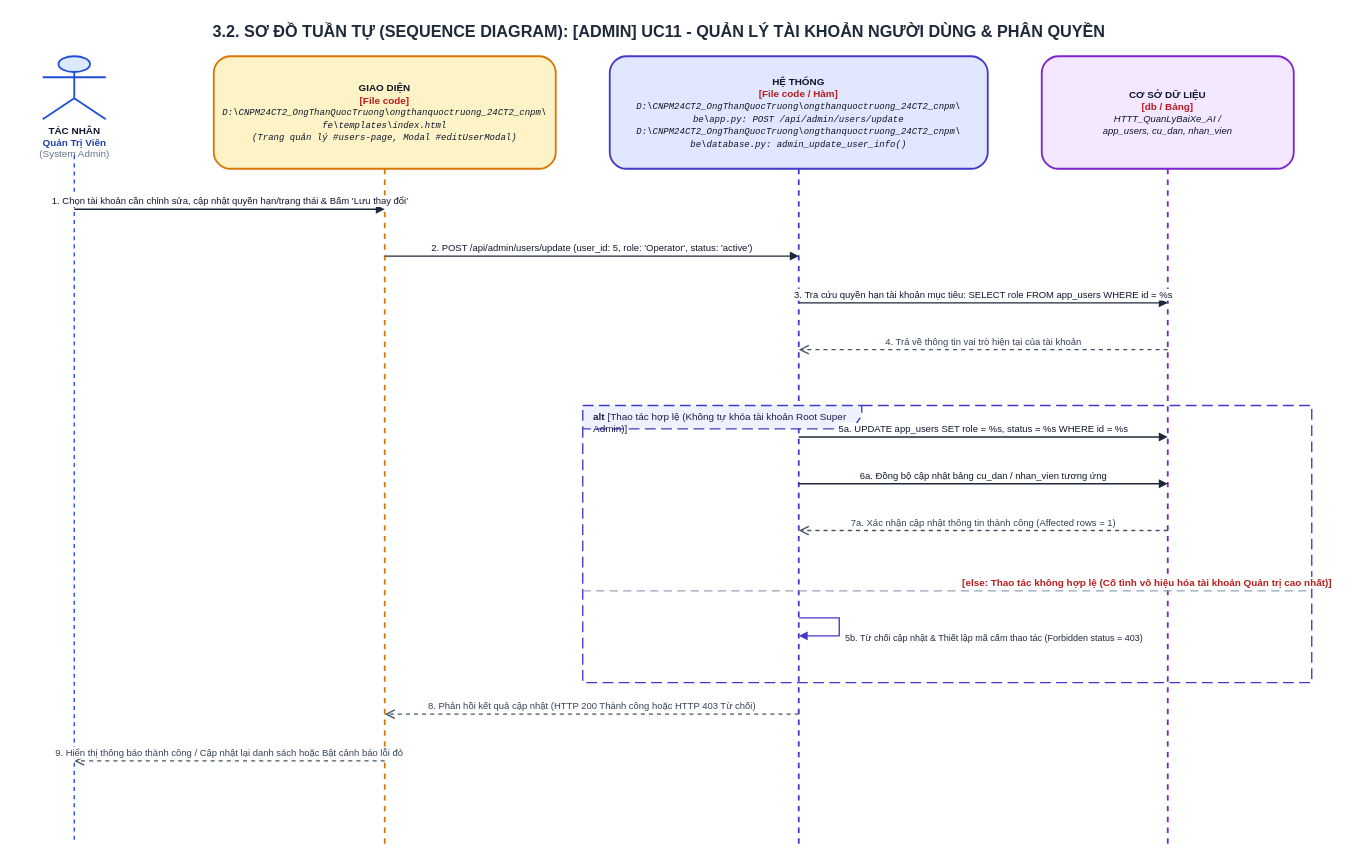
This is ongthanquoctruong_24CT2_cnpm/docs/drawio/uc11_admin_user_mgmt.drawio from Truong027/CNPM24, a draw.io file, before an edit. Source tidied: cells renumbered, new cells numbered last; positions are measured from the earlier drawing's top-left corner, leaving out a move shared by most shapes. Both pictures are drawn from the tidied source at 90%, with x=0, y=0 at pixel (15, 15).
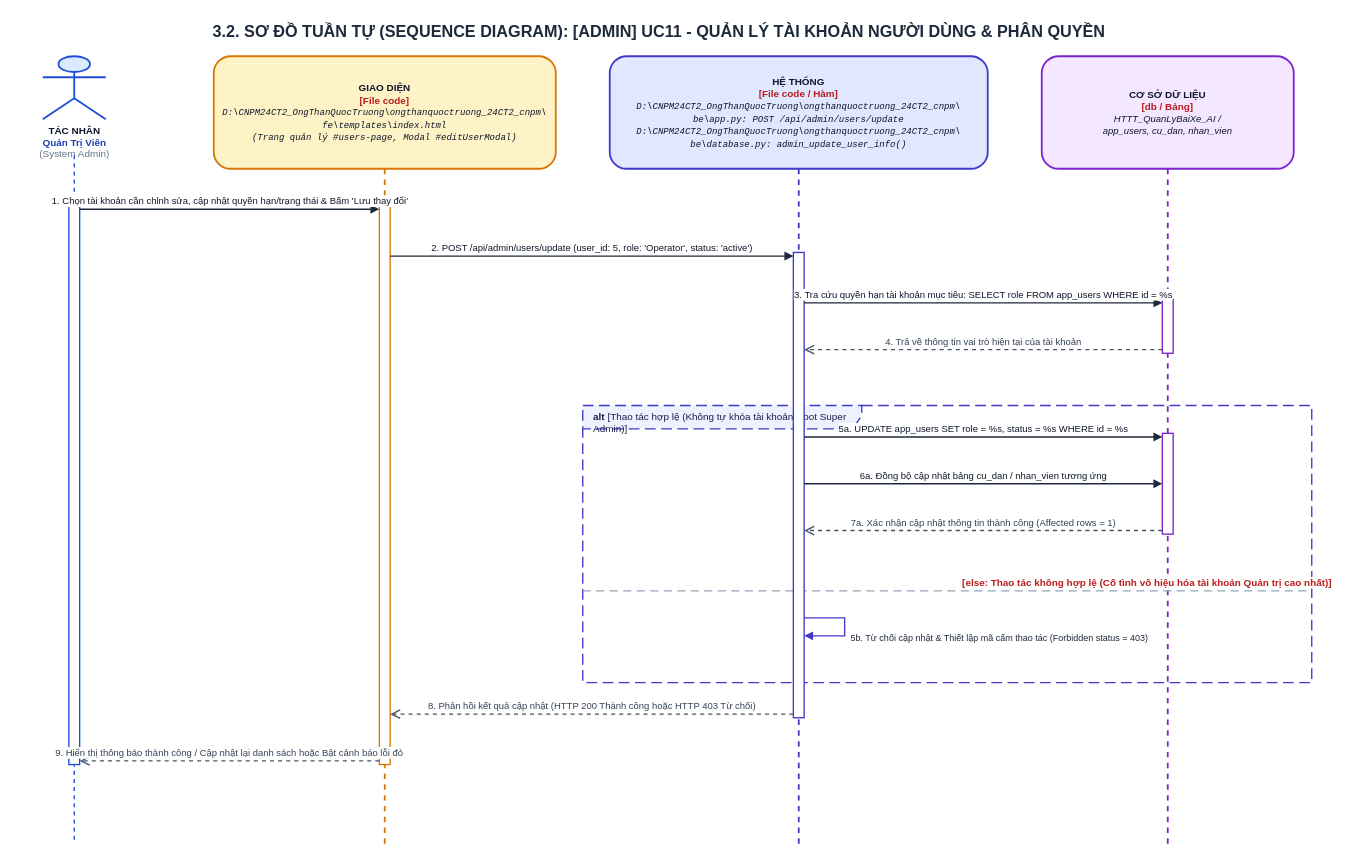
After the change.

Change to the diagram source:
```diff
@@
+    <mxCell id="12" value="&lt;b&gt;alt&lt;/b&gt; [Thao tác hợp lệ (Không tự khóa tài khoản Root Super Admin)]" style="shape=umlFrame;whiteSpace=wrap;html=1;width=310;height=26;dashed=1;dashPattern=8 4;strokeColor=#4338CA;fillColor=#EEF2FF;strokeWidth=1.5;align=left;spacingLeft=10;verticalAlign=top;fontStyle=0;fontSize=11;fontColor=#1E1B4B;" parent="1" vertex="1">
+      <mxGeometry x="630" y="433" width="810" height="308" as="geometry" />
+    </mxCell>
+    <mxCell id="16" value="&lt;b&gt;[else: Thao tác không hợp lệ (Cố tình vô hiệu hóa tài khoản Quản trị cao nhất)]&lt;/b&gt;" style="html=1;strokeWidth=1.5;strokeColor=#94A3B8;dashed=1;dashPattern=6 4;endArrow=none;align=left;verticalAlign=bottom;spacingLeft=15;fontColor=#B91C1C;fontSize=11;fontStyle=0;" parent="1" edge="1">
+      <mxGeometry relative="1" as="geometry">
+        <mxPoint x="630" y="639" as="sourcePoint" />
+        <mxPoint x="1440" y="639" as="targetPoint" />
+      </mxGeometry>
+    </mxCell>
+    <mxCell id="20" style="html=1;perimeter=orthogonalPerimeter;targetShapes=umlLifeline;topToBottom=1;fillColor=#FFFFFF;strokeColor=#1D4ED8;strokeWidth=1.5;rounded=0;" parent="1" vertex="1">
+      <mxGeometry x="59" y="211" width="12" height="621" as="geometry" />
+    </mxCell>
+    <mxCell id="21" style="html=1;perimeter=orthogonalPerimeter;targetShapes=umlLifeline;topToBottom=1;fillColor=#FFFFFF;strokeColor=#D97706;strokeWidth=1.5;rounded=0;" parent="1" vertex="1">
+      <mxGeometry x="404" y="211" width="12" height="621" as="geometry" />
+    </mxCell>
+    <mxCell id="22" style="html=1;perimeter=orthogonalPerimeter;targetShapes=umlLifeline;topToBottom=1;fillColor=#FFFFFF;strokeColor=#4338CA;strokeWidth=1.5;rounded=0;" parent="1" vertex="1">
+      <mxGeometry x="864" y="263" width="12" height="517" as="geometry" />
+    </mxCell>
+    <mxCell id="23" style="html=1;perimeter=orthogonalPerimeter;targetShapes=umlLifeline;topToBottom=1;fillColor=#FFFFFF;strokeColor=#7E22CE;strokeWidth=1.5;rounded=0;" parent="1" vertex="1">
+      <mxGeometry x="1274" y="315" width="12" height="60" as="geometry" />
+    </mxCell>
+    <mxCell id="24" style="html=1;perimeter=orthogonalPerimeter;targetShapes=umlLifeline;topToBottom=1;fillColor=#FFFFFF;strokeColor=#7E22CE;strokeWidth=1.5;rounded=0;" parent="1" vertex="1">
+      <mxGeometry x="1274" y="464" width="12" height="112" as="geometry" />
+    </mxCell>
     <mxCell id="8" value="1. Chọn tài khoản cần chỉnh sửa, cập nhật quyền hạn/trạng thái &amp; Bấm 'Lưu thay đổi'" style="html=1;verticalAlign=bottom;endArrow=block;rounded=0;strokeColor=#1E293B;strokeWidth=1.5;fontColor=#0F172A;fontSize=10.5;" parent="1" edge="1">
       <mxGeometry relative="1" as="geometry">
-        <mxPoint x="65" y="215" as="sourcePoint" />
-        <mxPoint x="410" y="215" as="targetPoint" />
+        <mxPoint x="71" y="215" as="sourcePoint" />
+        <mxPoint x="404" y="215" as="targetPoint" />
       </mxGeometry>
     </mxCell>
     <mxCell id="9" value="2. POST /api/admin/users/update (user_id: 5, role: 'Operator', status: 'active')" style="html=1;verticalAlign=bottom;endArrow=block;rounded=0;strokeColor=#1E293B;strokeWidth=1.5;fontColor=#0F172A;fontSize=10.5;" parent="1" edge="1">
       <mxGeometry relative="1" as="geometry">
-        <mxPoint x="410" y="267" as="sourcePoint" />
-        <mxPoint x="870" y="267" as="targetPoint" />
+        <mxPoint x="416" y="267" as="sourcePoint" />
+        <mxPoint x="864" y="267" as="targetPoint" />
       </mxGeometry>
     </mxCell>
     <mxCell id="10" value="3. Tra cứu quyền hạn tài khoản mục tiêu: SELECT role FROM app_users WHERE id = %s" style="html=1;verticalAlign=bottom;endArrow=block;rounded=0;strokeColor=#1E293B;strokeWidth=1.5;fontColor=#0F172A;fontSize=10.5;" parent="1" edge="1">
       <mxGeometry relative="1" as="geometry">
-        <mxPoint x="870" y="319" as="sourcePoint" />
-        <mxPoint x="1280" y="319" as="targetPoint" />
+        <mxPoint x="876" y="319" as="sourcePoint" />
+        <mxPoint x="1274" y="319" as="targetPoint" />
       </mxGeometry>
     </mxCell>
     <mxCell id="11" value="4. Trả về thông tin vai trò hiện tại của tài khoản" style="html=1;verticalAlign=bottom;endArrow=open;dashed=1;endSize=8;rounded=0;strokeColor=#475569;strokeWidth=1.5;fontColor=#334155;fontSize=10.5;" parent="1" edge="1">
       <mxGeometry relative="1" as="geometry">
-        <mxPoint x="1280" y="371" as="sourcePoint" />
-        <mxPoint x="870" y="371" as="targetPoint" />
+        <mxPoint x="1274" y="371" as="sourcePoint" />
+        <mxPoint x="876" y="371" as="targetPoint" />
       </mxGeometry>
     </mxCell>
-    <mxCell id="12" value="&lt;b&gt;alt&lt;/b&gt; [Thao tác hợp lệ (Không tự khóa tài khoản Root Super Admin)]" style="shape=umlFrame;whiteSpace=wrap;html=1;width=310;height=26;dashed=1;dashPattern=8 4;strokeColor=#4338CA;fillColor=#EEF2FF;strokeWidth=1.5;align=left;spacingLeft=10;verticalAlign=top;fontStyle=0;fontSize=11;fontColor=#1E1B4B;" parent="1" vertex="1">
-      <mxGeometry x="630" y="433" width="810" height="308" as="geometry" />
-    </mxCell>
     <mxCell id="13" value="5a. UPDATE app_users SET role = %s, status = %s WHERE id = %s" style="html=1;verticalAlign=bottom;endArrow=block;rounded=0;strokeColor=#1E293B;strokeWidth=1.5;fontColor=#0F172A;fontSize=10.5;" parent="1" edge="1">
       <mxGeometry relative="1" as="geometry">
-        <mxPoint x="870" y="468" as="sourcePoint" />
-        <mxPoint x="1280" y="468" as="targetPoint" />
+        <mxPoint x="876" y="468" as="sourcePoint" />
+        <mxPoint x="1274" y="468" as="targetPoint" />
       </mxGeometry>
     </mxCell>
     <mxCell id="14" value="6a. Đồng bộ cập nhật bảng cu_dan / nhan_vien tương ứng" style="html=1;verticalAlign=bottom;endArrow=block;rounded=0;strokeColor=#1E293B;strokeWidth=1.5;fontColor=#0F172A;fontSize=10.5;" parent="1" edge="1">
       <mxGeometry relative="1" as="geometry">
-        <mxPoint x="870" y="520" as="sourcePoint" />
-        <mxPoint x="1280" y="520" as="targetPoint" />
+        <mxPoint x="876" y="520" as="sourcePoint" />
+        <mxPoint x="1274" y="520" as="targetPoint" />
       </mxGeometry>
     </mxCell>
     <mxCell id="15" value="7a. Xác nhận cập nhật thông tin thành công (Affected rows = 1)" style="html=1;verticalAlign=bottom;endArrow=open;dashed=1;endSize=8;rounded=0;strokeColor=#475569;strokeWidth=1.5;fontColor=#334155;fontSize=10.5;" parent="1" edge="1">
       <mxGeometry relative="1" as="geometry">
-        <mxPoint x="1280" y="572" as="sourcePoint" />
-        <mxPoint x="870" y="572" as="targetPoint" />
+        <mxPoint x="1274" y="572" as="sourcePoint" />
+        <mxPoint x="876" y="572" as="targetPoint" />
       </mxGeometry>
     </mxCell>
-    <mxCell id="16" value="&lt;b&gt;[else: Thao tác không hợp lệ (Cố tình vô hiệu hóa tài khoản Quản trị cao nhất)]&lt;/b&gt;" style="html=1;strokeWidth=1.5;strokeColor=#94A3B8;dashed=1;dashPattern=6 4;endArrow=none;align=left;verticalAlign=bottom;spacingLeft=15;fontColor=#B91C1C;fontSize=11;fontStyle=0;" parent="1" edge="1">
-      <mxGeometry relative="1" as="geometry">
-        <mxPoint x="630" y="639" as="sourcePoint" />
-        <mxPoint x="1440" y="639" as="targetPoint" />
-      </mxGeometry>
-    </mxCell>
     <mxCell id="17" value="5b. Từ chối cập nhật &amp; Thiết lập mã cấm thao tác (Forbidden status = 403)" style="html=1;align=left;spacingLeft=5;verticalAlign=top;endArrow=block;rounded=0;edgeStyle=orthogonalEdgeStyle;curved=0;strokeColor=#4338CA;strokeWidth=1.5;fontColor=#1E293B;fontSize=10;" parent="1" edge="1">
       <mxGeometry relative="1" as="geometry">
-        <mxPoint x="870" y="669" as="sourcePoint" />
-        <mxPoint x="870" y="689" as="targetPoint" />
+        <mxPoint x="876" y="669" as="sourcePoint" />
+        <mxPoint x="876" y="689" as="targetPoint" />
         <Array as="points">
-          <mxPoint x="915" y="669" />
-          <mxPoint x="915" y="689" />
+          <mxPoint x="921" y="669" />
+          <mxPoint x="921" y="689" />
         </Array>
       </mxGeometry>
     </mxCell>
     <mxCell id="18" value="8. Phản hồi kết quả cập nhật (HTTP 200 Thành công hoặc HTTP 403 Từ chối)" style="html=1;verticalAlign=bottom;endArrow=open;dashed=1;endSize=8;rounded=0;strokeColor=#475569;strokeWidth=1.5;fontColor=#334155;fontSize=10.5;" parent="1" edge="1">
       <mxGeometry relative="1" as="geometry">
-        <mxPoint x="870" y="776" as="sourcePoint" />
-        <mxPoint x="410" y="776" as="targetPoint" />
+        <mxPoint x="864" y="776" as="sourcePoint" />
+        <mxPoint x="416" y="776" as="targetPoint" />
       </mxGeometry>
     </mxCell>
     <mxCell id="19" value="9. Hiển thị thông báo thành công / Cập nhật lại danh sách hoặc Bật cảnh báo lỗi đỏ" style="html=1;verticalAlign=bottom;endArrow=open;dashed=1;endSize=8;rounded=0;strokeColor=#475569;strokeWidth=1.5;fontColor=#334155;fontSize=10.5;" parent="1" edge="1">
       <mxGeometry relative="1" as="geometry">
-        <mxPoint x="410" y="828" as="sourcePoint" />
-        <mxPoint x="65" y="828" as="targetPoint" />
+        <mxPoint x="404" y="828" as="sourcePoint" />
+        <mxPoint x="71" y="828" as="targetPoint" />
       </mxGeometry>
     </mxCell>
```
